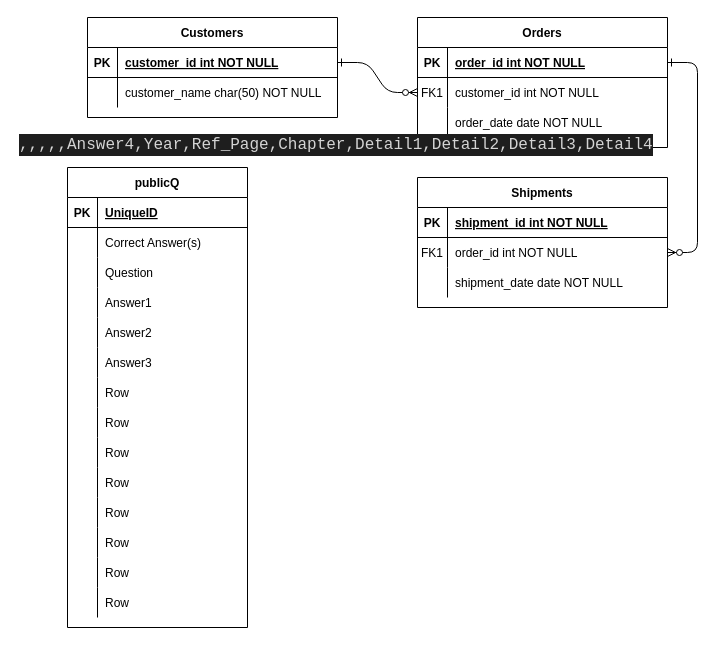
This is model/NahootDB_ER_model.drawio from luckypig3400/Medical_Information_Manager_License_Past_Quiz, a draw.io file, before an edit. Source tidied: cells renumbered, new cells numbered last; positions are measured from the earlier drawing's top-left corner, leaving out a move shared by most shapes. Both pictures are drawn from the tidied source at 100%, with x=0, y=0 at pixel (17, 17).
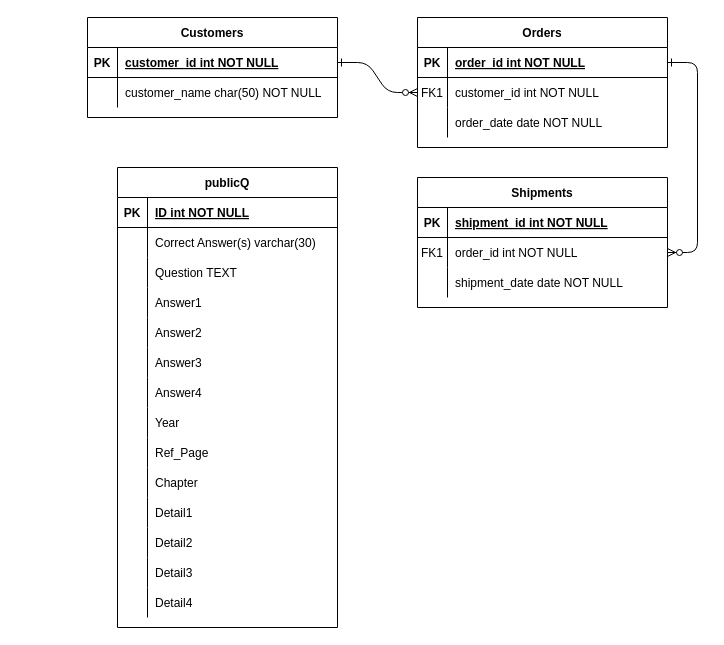
Above is the later version.

Diff of the diagram source:
```diff
@@
     <mxCell id="31" value="publicQ" style="shape=table;startSize=30;childLayout=tableLayout;rowLines=0;fontStyle=1;align=center;" parent="1" vertex="1">
-      <mxGeometry x="50" y="150" width="180" height="460" as="geometry" />
+      <mxGeometry x="100" y="150" width="220" height="460" as="geometry" />
     </mxCell>
     <mxCell id="32" style="shape=partialRectangle;fillColor=none;top=0;left=0;bottom=1;right=0;" parent="31" vertex="1">
-      <mxGeometry y="30" width="180" height="30" as="geometry" />
+      <mxGeometry y="30" width="220" height="30" as="geometry" />
     </mxCell>
@@
-    <mxCell id="34" value="UniqueID" style="shape=partialRectangle;fillColor=none;top=0;left=0;bottom=0;right=0;align=left;spacingLeft=6;fontStyle=5;overflow=hidden;" parent="32" vertex="1">
-      <mxGeometry x="30" width="150" height="30" as="geometry" />
+    <mxCell id="34" value="ID int NOT NULL" style="shape=partialRectangle;fillColor=none;top=0;left=0;bottom=0;right=0;align=left;spacingLeft=6;fontStyle=5;overflow=hidden;" parent="32" vertex="1">
+      <mxGeometry x="30" width="190" height="30" as="geometry" />
     </mxCell>
     <mxCell id="35" style="shape=partialRectangle;fillColor=none;top=0;left=0;bottom=0;right=0;" parent="31" vertex="1">
-      <mxGeometry y="60" width="180" height="30" as="geometry" />
+      <mxGeometry y="60" width="220" height="30" as="geometry" />
     </mxCell>
@@
-    <mxCell id="37" value="Correct Answer(s)" style="shape=partialRectangle;fillColor=none;top=0;left=0;bottom=0;right=0;align=left;spacingLeft=6;overflow=hidden;" parent="35" vertex="1">
-      <mxGeometry x="30" width="150" height="30" as="geometry" />
+    <mxCell id="37" value="Correct Answer(s) varchar(30)" style="shape=partialRectangle;fillColor=none;top=0;left=0;bottom=0;right=0;align=left;spacingLeft=6;overflow=hidden;" parent="35" vertex="1">
+      <mxGeometry x="30" width="190" height="30" as="geometry" />
     </mxCell>
     <mxCell id="38" style="shape=partialRectangle;fillColor=none;top=0;left=0;bottom=0;right=0;" parent="31" vertex="1">
-      <mxGeometry y="90" width="180" height="30" as="geometry" />
+      <mxGeometry y="90" width="220" height="30" as="geometry" />
     </mxCell>
@@
-    <mxCell id="40" value="Question" style="shape=partialRectangle;fillColor=none;top=0;left=0;bottom=0;right=0;align=left;spacingLeft=6;overflow=hidden;" parent="38" vertex="1">
-      <mxGeometry x="30" width="150" height="30" as="geometry" />
+    <mxCell id="40" value="Question TEXT" style="shape=partialRectangle;fillColor=none;top=0;left=0;bottom=0;right=0;align=left;spacingLeft=6;overflow=hidden;" parent="38" vertex="1">
+      <mxGeometry x="30" width="190" height="30" as="geometry" />
     </mxCell>
     <mxCell id="41" style="shape=partialRectangle;fillColor=none;top=0;left=0;bottom=0;right=0;" parent="31" vertex="1">
-      <mxGeometry y="120" width="180" height="30" as="geometry" />
+      <mxGeometry y="120" width="220" height="30" as="geometry" />
     </mxCell>
@@
     <mxCell id="43" value="Answer1" style="shape=partialRectangle;fillColor=none;top=0;left=0;bottom=0;right=0;align=left;spacingLeft=6;overflow=hidden;" parent="41" vertex="1">
-      <mxGeometry x="30" width="150" height="30" as="geometry" />
+      <mxGeometry x="30" width="190" height="30" as="geometry" />
     </mxCell>
     <mxCell id="44" style="shape=partialRectangle;fillColor=none;top=0;left=0;bottom=0;right=0;" parent="31" vertex="1">
-      <mxGeometry y="150" width="180" height="30" as="geometry" />
+      <mxGeometry y="150" width="220" height="30" as="geometry" />
     </mxCell>
@@
     <mxCell id="46" value="Answer2" style="shape=partialRectangle;fillColor=none;top=0;left=0;bottom=0;right=0;align=left;spacingLeft=6;overflow=hidden;" parent="44" vertex="1">
-      <mxGeometry x="30" width="150" height="30" as="geometry" />
+      <mxGeometry x="30" width="190" height="30" as="geometry" />
     </mxCell>
     <mxCell id="47" style="shape=partialRectangle;fillColor=none;top=0;left=0;bottom=0;right=0;" parent="31" vertex="1">
-      <mxGeometry y="180" width="180" height="30" as="geometry" />
+      <mxGeometry y="180" width="220" height="30" as="geometry" />
     </mxCell>
@@
     <mxCell id="49" value="Answer3" style="shape=partialRectangle;fillColor=none;top=0;left=0;bottom=0;right=0;align=left;spacingLeft=6;overflow=hidden;" parent="47" vertex="1">
-      <mxGeometry x="30" width="150" height="30" as="geometry" />
+      <mxGeometry x="30" width="190" height="30" as="geometry" />
     </mxCell>
     <mxCell id="50" style="shape=partialRectangle;fillColor=none;top=0;left=0;bottom=0;right=0;" parent="31" vertex="1">
-      <mxGeometry y="210" width="180" height="30" as="geometry" />
+      <mxGeometry y="210" width="220" height="30" as="geometry" />
     </mxCell>
@@
-    <mxCell id="52" value="Row" style="shape=partialRectangle;fillColor=none;top=0;left=0;bottom=0;right=0;align=left;spacingLeft=6;overflow=hidden;" parent="50" vertex="1">
-      <mxGeometry x="30" width="150" height="30" as="geometry" />
+    <mxCell id="52" value="Answer4" style="shape=partialRectangle;fillColor=none;top=0;left=0;bottom=0;right=0;align=left;spacingLeft=6;overflow=hidden;" parent="50" vertex="1">
+      <mxGeometry x="30" width="190" height="30" as="geometry" />
     </mxCell>
     <mxCell id="53" style="shape=partialRectangle;fillColor=none;top=0;left=0;bottom=0;right=0;" parent="31" vertex="1">
-      <mxGeometry y="240" width="180" height="30" as="geometry" />
+      <mxGeometry y="240" width="220" height="30" as="geometry" />
     </mxCell>
@@
-    <mxCell id="55" value="Row" style="shape=partialRectangle;fillColor=none;top=0;left=0;bottom=0;right=0;align=left;spacingLeft=6;overflow=hidden;" parent="53" vertex="1">
-      <mxGeometry x="30" width="150" height="30" as="geometry" />
+    <mxCell id="55" value="Year" style="shape=partialRectangle;fillColor=none;top=0;left=0;bottom=0;right=0;align=left;spacingLeft=6;overflow=hidden;" parent="53" vertex="1">
+      <mxGeometry x="30" width="190" height="30" as="geometry" />
     </mxCell>
     <mxCell id="56" style="shape=partialRectangle;fillColor=none;top=0;left=0;bottom=0;right=0;" parent="31" vertex="1">
-      <mxGeometry y="270" width="180" height="30" as="geometry" />
+      <mxGeometry y="270" width="220" height="30" as="geometry" />
     </mxCell>
@@
-    <mxCell id="58" value="Row" style="shape=partialRectangle;fillColor=none;top=0;left=0;bottom=0;right=0;align=left;spacingLeft=6;overflow=hidden;" parent="56" vertex="1">
-      <mxGeometry x="30" width="150" height="30" as="geometry" />
+    <mxCell id="58" value="Ref_Page" style="shape=partialRectangle;fillColor=none;top=0;left=0;bottom=0;right=0;align=left;spacingLeft=6;overflow=hidden;" parent="56" vertex="1">
+      <mxGeometry x="30" width="190" height="30" as="geometry" />
     </mxCell>
     <mxCell id="59" style="shape=partialRectangle;fillColor=none;top=0;left=0;bottom=0;right=0;" parent="31" vertex="1">
-      <mxGeometry y="300" width="180" height="30" as="geometry" />
+      <mxGeometry y="300" width="220" height="30" as="geometry" />
     </mxCell>
@@
-    <mxCell id="61" value="Row" style="shape=partialRectangle;fillColor=none;top=0;left=0;bottom=0;right=0;align=left;spacingLeft=6;overflow=hidden;" parent="59" vertex="1">
-      <mxGeometry x="30" width="150" height="30" as="geometry" />
+    <mxCell id="61" value="Chapter" style="shape=partialRectangle;fillColor=none;top=0;left=0;bottom=0;right=0;align=left;spacingLeft=6;overflow=hidden;" parent="59" vertex="1">
+      <mxGeometry x="30" width="190" height="30" as="geometry" />
     </mxCell>
     <mxCell id="62" style="shape=partialRectangle;fillColor=none;top=0;left=0;bottom=0;right=0;" parent="31" vertex="1">
-      <mxGeometry y="330" width="180" height="30" as="geometry" />
+      <mxGeometry y="330" width="220" height="30" as="geometry" />
     </mxCell>
@@
-    <mxCell id="64" value="Row" style="shape=partialRectangle;fillColor=none;top=0;left=0;bottom=0;right=0;align=left;spacingLeft=6;overflow=hidden;" parent="62" vertex="1">
-      <mxGeometry x="30" width="150" height="30" as="geometry" />
+    <mxCell id="64" value="Detail1" style="shape=partialRectangle;fillColor=none;top=0;left=0;bottom=0;right=0;align=left;spacingLeft=6;overflow=hidden;" parent="62" vertex="1">
+      <mxGeometry x="30" width="190" height="30" as="geometry" />
     </mxCell>
     <mxCell id="65" style="shape=partialRectangle;fillColor=none;top=0;left=0;bottom=0;right=0;" parent="31" vertex="1">
-      <mxGeometry y="360" width="180" height="30" as="geometry" />
+      <mxGeometry y="360" width="220" height="30" as="geometry" />
     </mxCell>
@@
-    <mxCell id="67" value="Row" style="shape=partialRectangle;fillColor=none;top=0;left=0;bottom=0;right=0;align=left;spacingLeft=6;overflow=hidden;" parent="65" vertex="1">
-      <mxGeometry x="30" width="150" height="30" as="geometry" />
+    <mxCell id="67" value="Detail2" style="shape=partialRectangle;fillColor=none;top=0;left=0;bottom=0;right=0;align=left;spacingLeft=6;overflow=hidden;" parent="65" vertex="1">
+      <mxGeometry x="30" width="190" height="30" as="geometry" />
     </mxCell>
     <mxCell id="68" style="shape=partialRectangle;fillColor=none;top=0;left=0;bottom=0;right=0;" parent="31" vertex="1">
-      <mxGeometry y="390" width="180" height="30" as="geometry" />
+      <mxGeometry y="390" width="220" height="30" as="geometry" />
     </mxCell>
@@
-    <mxCell id="70" value="Row" style="shape=partialRectangle;fillColor=none;top=0;left=0;bottom=0;right=0;align=left;spacingLeft=6;overflow=hidden;" parent="68" vertex="1">
-      <mxGeometry x="30" width="150" height="30" as="geometry" />
+    <mxCell id="70" value="Detail3" style="shape=partialRectangle;fillColor=none;top=0;left=0;bottom=0;right=0;align=left;spacingLeft=6;overflow=hidden;" parent="68" vertex="1">
+      <mxGeometry x="30" width="190" height="30" as="geometry" />
     </mxCell>
     <mxCell id="71" style="shape=partialRectangle;fillColor=none;top=0;left=0;bottom=0;right=0;" parent="31" vertex="1">
-      <mxGeometry y="420" width="180" height="30" as="geometry" />
+      <mxGeometry y="420" width="220" height="30" as="geometry" />
     </mxCell>
@@
-    <mxCell id="73" value="Row" style="shape=partialRectangle;fillColor=none;top=0;left=0;bottom=0;right=0;align=left;spacingLeft=6;overflow=hidden;" parent="71" vertex="1">
-      <mxGeometry x="30" width="150" height="30" as="geometry" />
+    <mxCell id="73" value="Detail4" style="shape=partialRectangle;fillColor=none;top=0;left=0;bottom=0;right=0;align=left;spacingLeft=6;overflow=hidden;" parent="71" vertex="1">
+      <mxGeometry x="30" width="190" height="30" as="geometry" />
     </mxCell>
-    <mxCell id="74" value="&lt;div style=&quot;color: rgb(212 , 212 , 212) ; background-color: rgb(30 , 30 , 30) ; font-family: &amp;#34;consolas&amp;#34; , &amp;#34;courier new&amp;#34; , monospace ; font-weight: normal ; font-size: 16px ; line-height: 22px&quot;&gt;&lt;div&gt;&lt;span style=&quot;color: #d4d4d4&quot;&gt;,,,,,Answer4,Year,Ref_Page,Chapter,Detail1,Detail2,Detail3,Detail4&lt;/span&gt;&lt;/div&gt;&lt;/div&gt;" style="text;whiteSpace=wrap;html=1;" parent="1" vertex="1">
-      <mxGeometry y="110" width="550" height="60" as="geometry" />
-    </mxCell>
```
